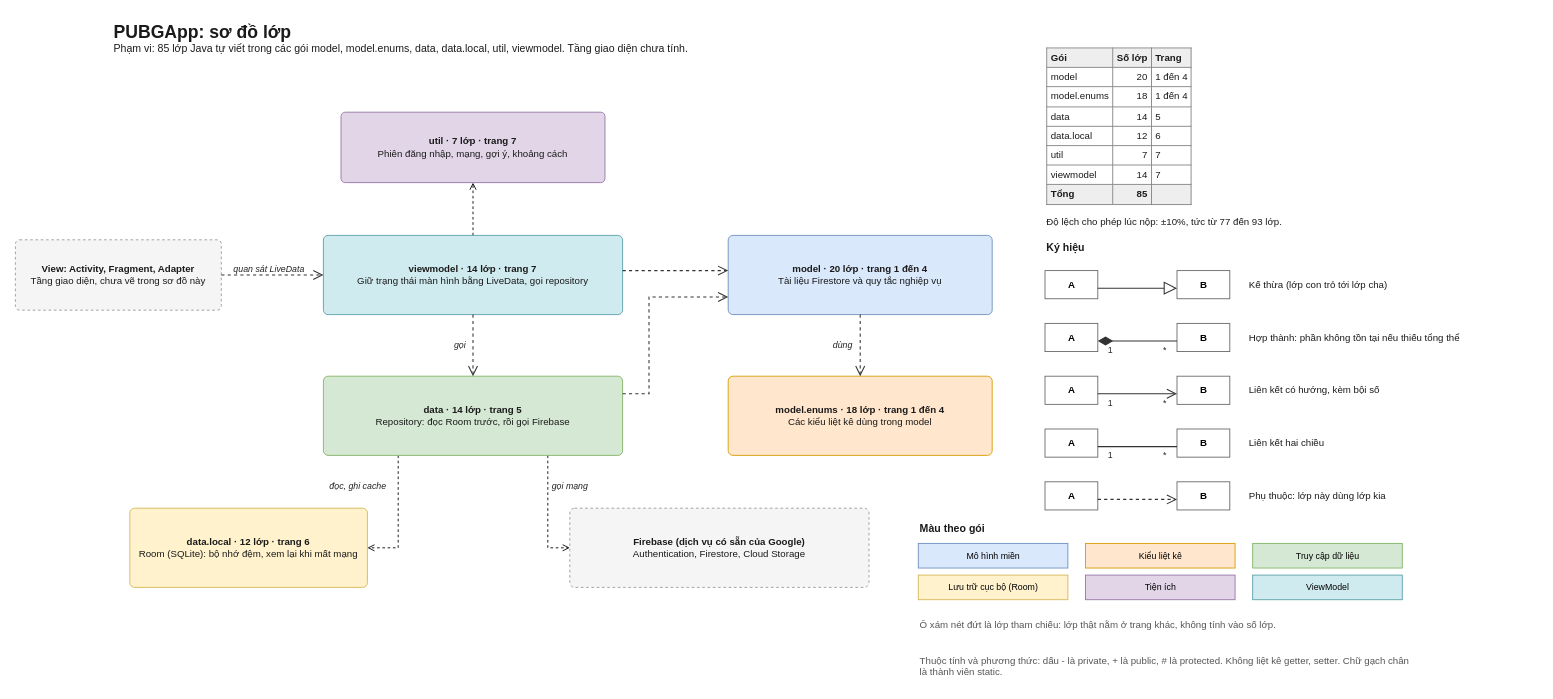
Before: page "0. Tổng quan" (1 of 8) of workflow/docs/diagrams/so-do-lop/class-diagram.drawio in tahpnart8/NHOM3-MobileApp, a draw.io diagram. Source tidied: cells renumbered, new cells numbered last; positions are measured from the earlier drawing's top-left corner, leaving out a move shared by most shapes. Both pictures are drawn from the tidied source at 88%, with x=0, y=0 at pixel (15, 15).
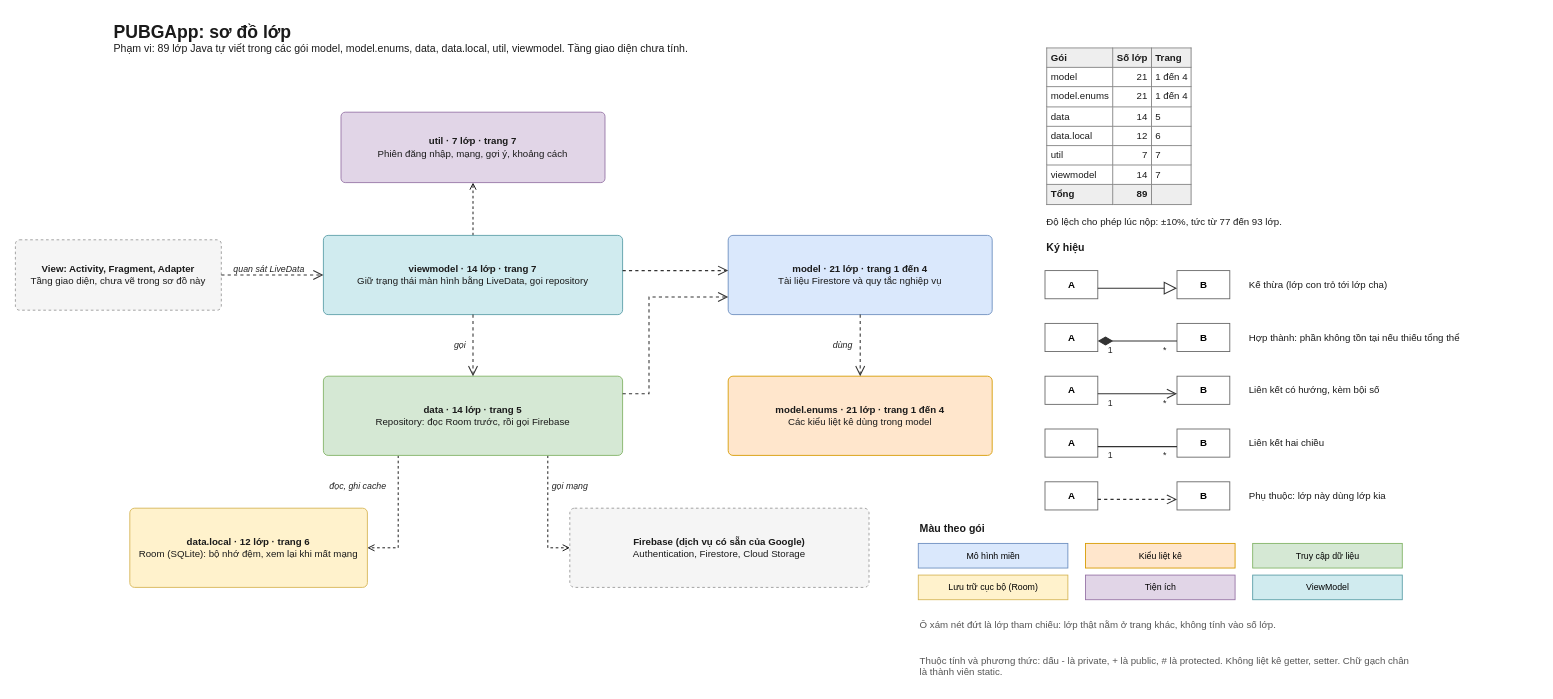
The same page after the edit.

Diff of the diagram source:
```diff
@@
-    <mxCell id="10" value="&lt;b&gt;model  ·  20 lớp  ·  trang 1 đến 4&lt;/b&gt;&lt;br&gt;Tài liệu Firestore và quy tắc nghiệp vụ" style="rounded=1;arcSize=6;whiteSpace=wrap;html=1;fillColor=#DAE8FC;strokeColor=#6C8EBF;fontSize=11;fontFamily=Helvetica;fontColor=#1A1A1A;verticalAlign=middle;align=center;" parent="1" vertex="1">
+    <mxCell id="10" value="&lt;b&gt;model  ·  21 lớp  ·  trang 1 đến 4&lt;/b&gt;&lt;br&gt;Tài liệu Firestore và quy tắc nghiệp vụ" style="rounded=1;arcSize=6;whiteSpace=wrap;html=1;fillColor=#DAE8FC;strokeColor=#6C8EBF;fontSize=11;fontFamily=Helvetica;fontColor=#1A1A1A;verticalAlign=middle;align=center;" parent="1" vertex="1">
       <mxGeometry x="810" y="250" width="300" height="90" as="geometry" />
     </mxCell>
-    <mxCell id="11" value="&lt;b&gt;model.enums  ·  18 lớp  ·  trang 1 đến 4&lt;/b&gt;&lt;br&gt;Các kiểu liệt kê dùng trong model" style="rounded=1;arcSize=6;whiteSpace=wrap;html=1;fillColor=#FFE6CC;strokeColor=#D79B00;fontSize=11;fontFamily=Helvetica;fontColor=#1A1A1A;verticalAlign=middle;align=center;" parent="1" vertex="1">
+    <mxCell id="11" value="&lt;b&gt;model.enums  ·  21 lớp  ·  trang 1 đến 4&lt;/b&gt;&lt;br&gt;Các kiểu liệt kê dùng trong model" style="rounded=1;arcSize=6;whiteSpace=wrap;html=1;fillColor=#FFE6CC;strokeColor=#D79B00;fontSize=11;fontFamily=Helvetica;fontColor=#1A1A1A;verticalAlign=middle;align=center;" parent="1" vertex="1">
       <mxGeometry x="810" y="410" width="300" height="90" as="geometry" />
     </mxCell>
@@
-    <mxCell id="23" value="&lt;b style=&quot;font-size:20px&quot;&gt;PUBGApp: sơ đồ lớp&lt;/b&gt;&lt;br&gt;Phạm vi: 85 lớp Java tự viết trong các gói model, model.enums, data, data.local, util, viewmodel. Tầng giao diện chưa tính." style="text;html=1;whiteSpace=wrap;align=left;verticalAlign=top;fontSize=12;fontFamily=Helvetica;fontColor=#1A1A1A;" parent="1" vertex="1">
+    <mxCell id="23" value="&lt;b style=&quot;font-size:20px&quot;&gt;PUBGApp: sơ đồ lớp&lt;/b&gt;&lt;br&gt;Phạm vi: 89 lớp Java tự viết trong các gói model, model.enums, data, data.local, util, viewmodel. Tầng giao diện chưa tính." style="text;html=1;whiteSpace=wrap;align=left;verticalAlign=top;fontSize=12;fontFamily=Helvetica;fontColor=#1A1A1A;" parent="1" vertex="1">
       <mxGeometry x="110" width="1000" height="60" as="geometry" />
     </mxCell>
-    <mxCell id="24" value="&lt;table border=&quot;1&quot; cellpadding=&quot;4&quot; style=&quot;border-collapse:collapse;font-size:11px;&quot;&gt;&lt;tr style=&quot;background:#EEEEEE&quot;&gt;&lt;th&gt;Gói&lt;/th&gt;&lt;th&gt;Số lớp&lt;/th&gt;&lt;th&gt;Trang&lt;/th&gt;&lt;/tr&gt;&lt;tr&gt;&lt;td&gt;model&lt;/td&gt;&lt;td align=&quot;right&quot;&gt;20&lt;/td&gt;&lt;td&gt;1 đến 4&lt;/td&gt;&lt;/tr&gt;&lt;tr&gt;&lt;td&gt;model.enums&lt;/td&gt;&lt;td align=&quot;right&quot;&gt;18&lt;/td&gt;&lt;td&gt;1 đến 4&lt;/td&gt;&lt;/tr&gt;&lt;tr&gt;&lt;td&gt;data&lt;/td&gt;&lt;td align=&quot;right&quot;&gt;14&lt;/td&gt;&lt;td&gt;5&lt;/td&gt;&lt;/tr&gt;&lt;tr&gt;&lt;td&gt;data.local&lt;/td&gt;&lt;td align=&quot;right&quot;&gt;12&lt;/td&gt;&lt;td&gt;6&lt;/td&gt;&lt;/tr&gt;&lt;tr&gt;&lt;td&gt;util&lt;/td&gt;&lt;td align=&quot;right&quot;&gt;7&lt;/td&gt;&lt;td&gt;7&lt;/td&gt;&lt;/tr&gt;&lt;tr&gt;&lt;td&gt;viewmodel&lt;/td&gt;&lt;td align=&quot;right&quot;&gt;14&lt;/td&gt;&lt;td&gt;7&lt;/td&gt;&lt;/tr&gt;&lt;tr style=&quot;background:#EEEEEE&quot;&gt;&lt;td&gt;&lt;b&gt;Tổng&lt;/b&gt;&lt;/td&gt;&lt;td align=&quot;right&quot;&gt;&lt;b&gt;85&lt;/b&gt;&lt;/td&gt;&lt;td&gt;&lt;/td&gt;&lt;/tr&gt;&lt;/table&gt;&lt;br&gt;Độ lệch cho phép lúc nộp: ±10%, tức từ 77 đến 93 lớp." style="text;html=1;whiteSpace=wrap;align=left;verticalAlign=top;fontSize=11;fontFamily=Helvetica;fontColor=#1A1A1A;" parent="1" vertex="1">
+    <mxCell id="24" value="&lt;table border=&quot;1&quot; cellpadding=&quot;4&quot; style=&quot;border-collapse:collapse;font-size:11px;&quot;&gt;&lt;tr style=&quot;background:#EEEEEE&quot;&gt;&lt;th&gt;Gói&lt;/th&gt;&lt;th&gt;Số lớp&lt;/th&gt;&lt;th&gt;Trang&lt;/th&gt;&lt;/tr&gt;&lt;tr&gt;&lt;td&gt;model&lt;/td&gt;&lt;td align=&quot;right&quot;&gt;21&lt;/td&gt;&lt;td&gt;1 đến 4&lt;/td&gt;&lt;/tr&gt;&lt;tr&gt;&lt;td&gt;model.enums&lt;/td&gt;&lt;td align=&quot;right&quot;&gt;21&lt;/td&gt;&lt;td&gt;1 đến 4&lt;/td&gt;&lt;/tr&gt;&lt;tr&gt;&lt;td&gt;data&lt;/td&gt;&lt;td align=&quot;right&quot;&gt;14&lt;/td&gt;&lt;td&gt;5&lt;/td&gt;&lt;/tr&gt;&lt;tr&gt;&lt;td&gt;data.local&lt;/td&gt;&lt;td align=&quot;right&quot;&gt;12&lt;/td&gt;&lt;td&gt;6&lt;/td&gt;&lt;/tr&gt;&lt;tr&gt;&lt;td&gt;util&lt;/td&gt;&lt;td align=&quot;right&quot;&gt;7&lt;/td&gt;&lt;td&gt;7&lt;/td&gt;&lt;/tr&gt;&lt;tr&gt;&lt;td&gt;viewmodel&lt;/td&gt;&lt;td align=&quot;right&quot;&gt;14&lt;/td&gt;&lt;td&gt;7&lt;/td&gt;&lt;/tr&gt;&lt;tr style=&quot;background:#EEEEEE&quot;&gt;&lt;td&gt;&lt;b&gt;Tổng&lt;/b&gt;&lt;/td&gt;&lt;td align=&quot;right&quot;&gt;&lt;b&gt;89&lt;/b&gt;&lt;/td&gt;&lt;td&gt;&lt;/td&gt;&lt;/tr&gt;&lt;/table&gt;&lt;br&gt;Độ lệch cho phép lúc nộp: ±10%, tức từ 77 đến 93 lớp." style="text;html=1;whiteSpace=wrap;align=left;verticalAlign=top;fontSize=11;fontFamily=Helvetica;fontColor=#1A1A1A;" parent="1" vertex="1">
       <mxGeometry x="1170" y="30" width="380" height="240" as="geometry" />
     </mxCell>
```
